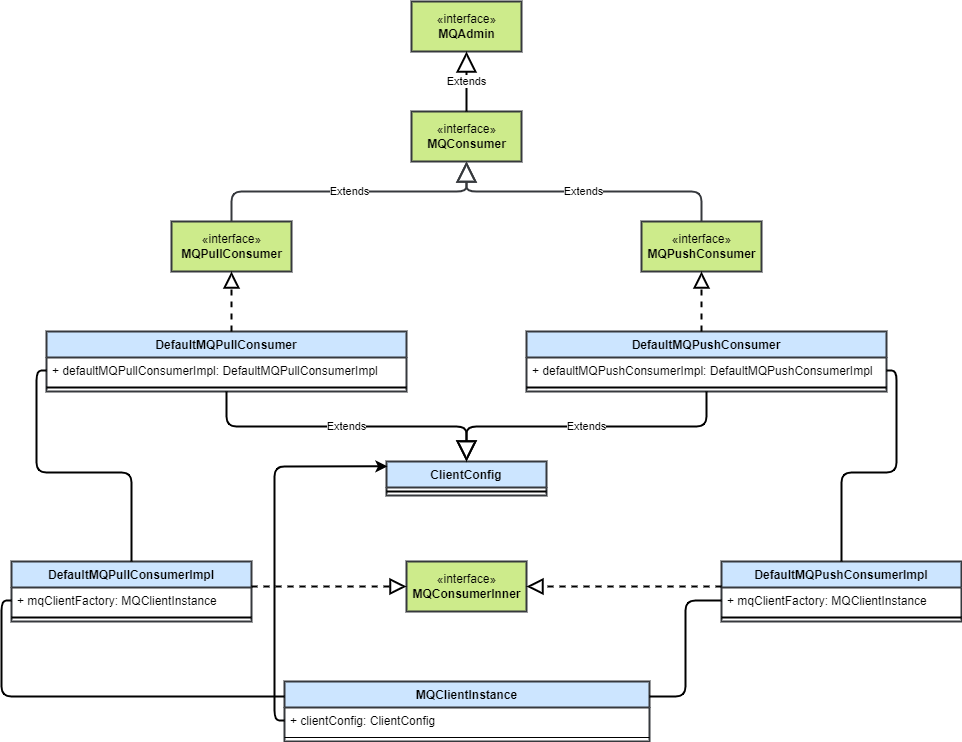
Before: assets/rocketmq-consume-message/rocketmq-consumer-class.drawio.png, a diagram exported from draw.io (HScarb/knowledge). Source tidied: cells renumbered, new cells last; positions are measured from the earlier drawing's top-left corner, leaving out a move shared by most shapes.
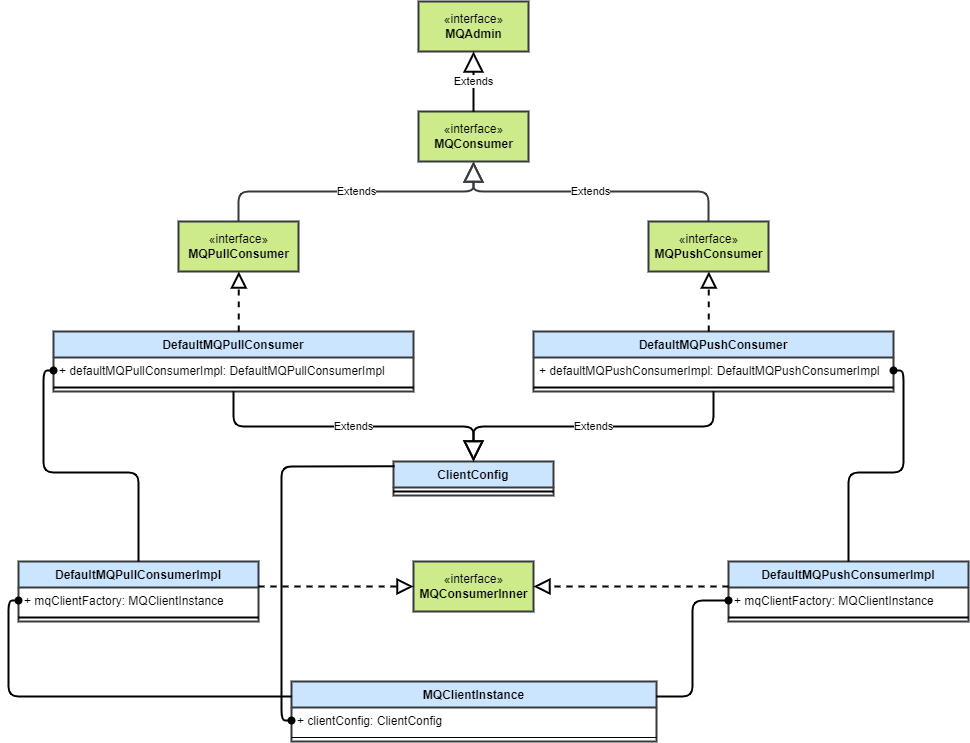
Later version of the same file.

Diff of the diagram source:
```diff
@@ -106,7 +106,7 @@
         </Array>
       </mxGeometry>
     </mxCell>
-    <mxCell id="30" style="edgeStyle=orthogonalEdgeStyle;html=1;endArrow=none;endFill=0;strokeWidth=2;" parent="1" edge="1" source="7" target="25">
+    <mxCell id="30" style="edgeStyle=orthogonalEdgeStyle;html=1;endArrow=none;endFill=0;strokeWidth=2;startArrow=oval;startFill=1;" parent="1" edge="1" source="7" target="25">
       <mxGeometry relative="1" as="geometry" />
     </mxCell>
     <mxCell id="31" value="MQClientInstance" style="swimlane;fontStyle=1;align=center;verticalAlign=top;horizontal=1;startSize=26;glass=0;strokeWidth=2;fillColor=#cce5ff;strokeColor=#36393d;" parent="1" vertex="1">
@@ -118,16 +118,16 @@
     <mxCell id="33" style="line;strokeWidth=1;fillColor=none;align=left;verticalAlign=middle;spacingTop=-1;spacingLeft=3;spacingRight=3;labelPosition=right;glass=0;" parent="31" vertex="1">
       <mxGeometry y="52" width="365" height="8" as="geometry" />
     </mxCell>
-    <mxCell id="34" style="edgeStyle=orthogonalEdgeStyle;html=1;endArrow=none;endFill=0;strokeWidth=2;" parent="1" edge="1" source="10" target="21">
+    <mxCell id="34" style="edgeStyle=orthogonalEdgeStyle;html=1;endArrow=none;endFill=0;strokeWidth=2;startArrow=oval;startFill=1;" parent="1" edge="1" source="10" target="21">
       <mxGeometry relative="1" as="geometry" />
     </mxCell>
-    <mxCell id="35" style="edgeStyle=orthogonalEdgeStyle;html=1;entryX=0.006;entryY=0.143;entryDx=0;entryDy=0;entryPerimeter=0;strokeWidth=2;" parent="1" edge="1" source="32" target="12">
+    <mxCell id="35" style="edgeStyle=orthogonalEdgeStyle;html=1;entryX=0.006;entryY=0.143;entryDx=0;entryDy=0;entryPerimeter=0;strokeWidth=2;startArrow=oval;startFill=1;endArrow=none;endFill=0;" parent="1" edge="1" source="32" target="12">
       <mxGeometry relative="1" as="geometry" />
     </mxCell>
-    <mxCell id="36" style="edgeStyle=orthogonalEdgeStyle;html=1;strokeWidth=2;entryX=1;entryY=0.25;entryDx=0;entryDy=0;startArrow=none;startFill=0;endArrow=none;endFill=0;" parent="1" edge="1" source="22" target="31">
+    <mxCell id="36" style="edgeStyle=orthogonalEdgeStyle;html=1;strokeWidth=2;entryX=1;entryY=0.25;entryDx=0;entryDy=0;startArrow=oval;startFill=1;endArrow=none;endFill=0;" parent="1" edge="1" source="22" target="31">
       <mxGeometry relative="1" as="geometry" />
     </mxCell>
-    <mxCell id="37" style="edgeStyle=orthogonalEdgeStyle;html=1;entryX=0;entryY=0.25;entryDx=0;entryDy=0;strokeWidth=2;startArrow=none;startFill=0;endArrow=none;endFill=0;" parent="1" edge="1" source="26" target="31">
+    <mxCell id="37" style="edgeStyle=orthogonalEdgeStyle;html=1;entryX=0;entryY=0.25;entryDx=0;entryDy=0;strokeWidth=2;startArrow=oval;startFill=1;endArrow=none;endFill=0;" parent="1" edge="1" source="26" target="31">
       <mxGeometry relative="1" as="geometry">
         <Array as="points">
           <mxPoint y="599" />
```
